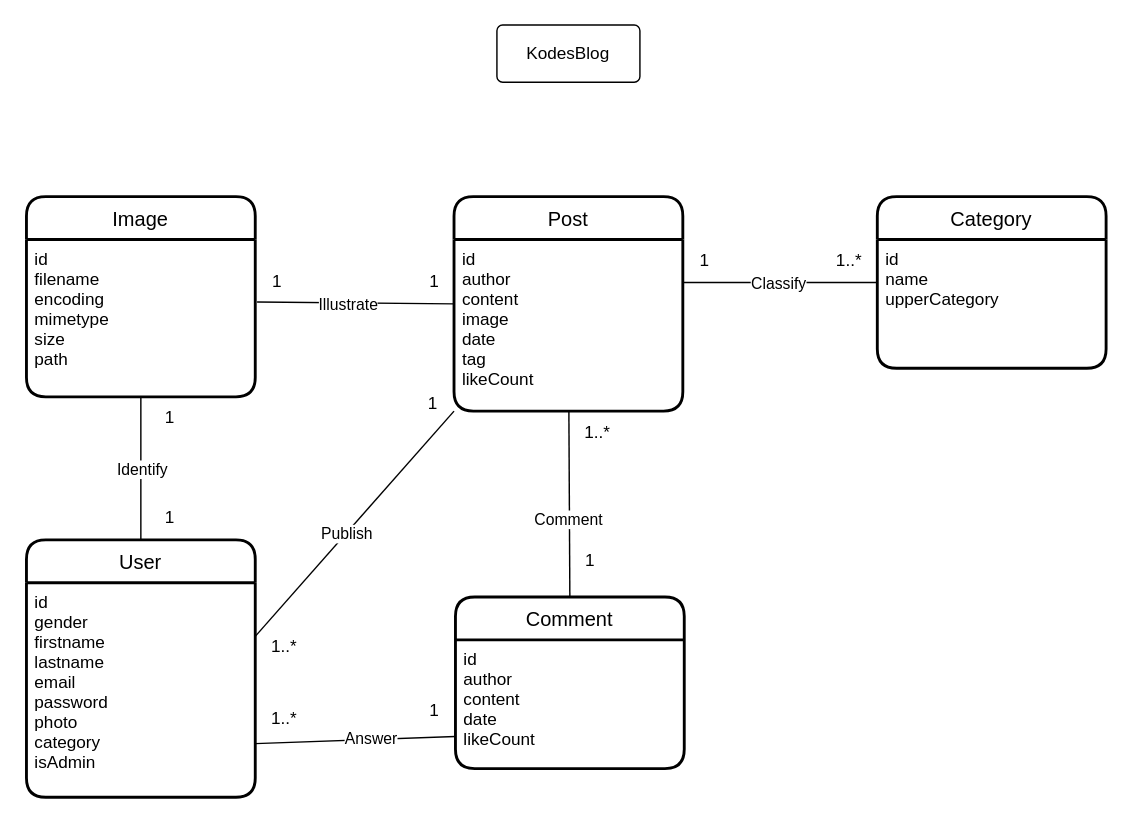
Earlier version of the draw.io diagram docs/kodesblogMCD.drawio (Skodelowski/kodesblog-backend). Source tidied: cells renumbered, new cells numbered last; positions are measured from the earlier drawing's top-left corner, leaving out a move shared by most shapes. Both pictures are drawn from the tidied source at 143%, with x=0, y=0 at pixel (26, 24).
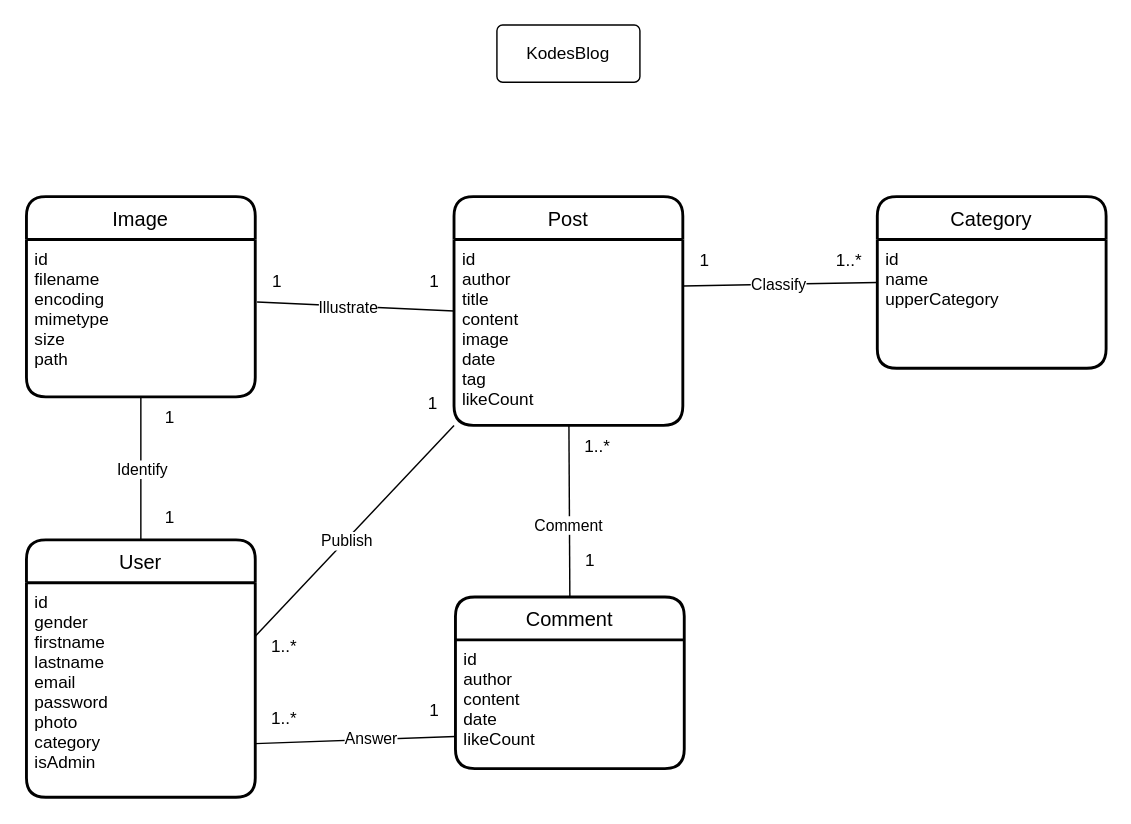
Above is the later version.

Change to the diagram source:
```diff
@@
     <mxCell id="5" value="Post" style="swimlane;horizontal=1;startSize=30;rounded=1;fontSize=14;fontStyle=0;strokeWidth=2;shadow=0;dashed=0;align=center;" parent="1" vertex="1">
-      <mxGeometry x="299" y="120" width="160" height="150" as="geometry" />
+      <mxGeometry x="299" y="120" width="160" height="160" as="geometry" />
     </mxCell>
-    <mxCell id="6" value="id&#10;author&#10;content&#10;image&#10;date&#10;tag&#10;likeCount" style="align=left;strokeColor=none;fillColor=none;spacingLeft=4;fontSize=12;verticalAlign=top;" parent="5" vertex="1">
-      <mxGeometry y="30" width="160" height="120" as="geometry" />
+    <mxCell id="6" value="id&#10;author&#10;title&#10;content&#10;image&#10;date&#10;tag&#10;likeCount" style="align=left;strokeColor=none;fillColor=none;spacingLeft=4;fontSize=12;verticalAlign=top;" parent="5" vertex="1">
+      <mxGeometry y="30" width="160" height="130" as="geometry" />
     </mxCell>
@@
     <mxCell id="21" value="1..*" style="text;html=1;align=center;verticalAlign=middle;strokeColor=none;fillColor=none;" parent="1" vertex="1">
-      <mxGeometry x="379" y="270" width="40" height="30" as="geometry" />
+      <mxGeometry x="379" y="280" width="40" height="30" as="geometry" />
     </mxCell>
```
